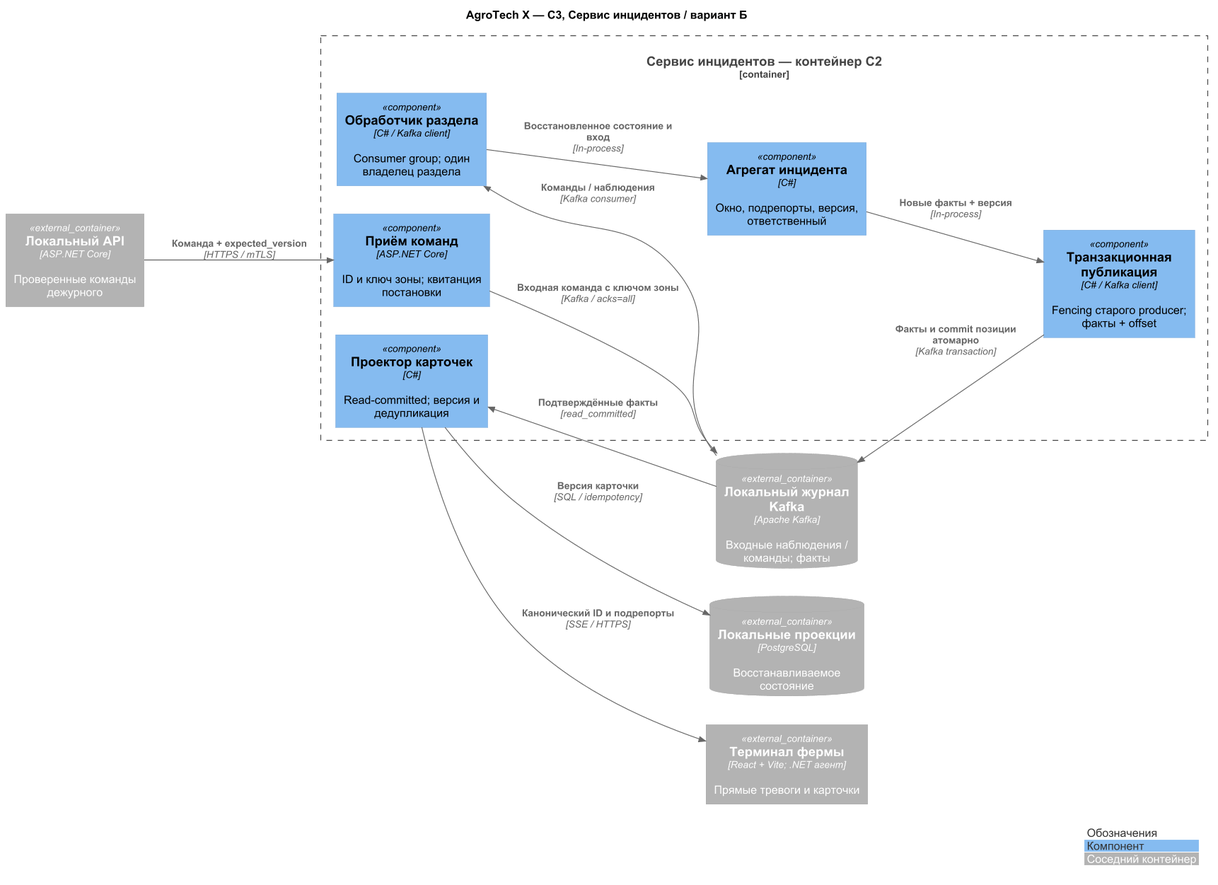
This is Task3/diagrams/c3-incidents-b.png from rozhkovsvyat/MSA-AgroTech, a PlantUML export, as it was before one commit.
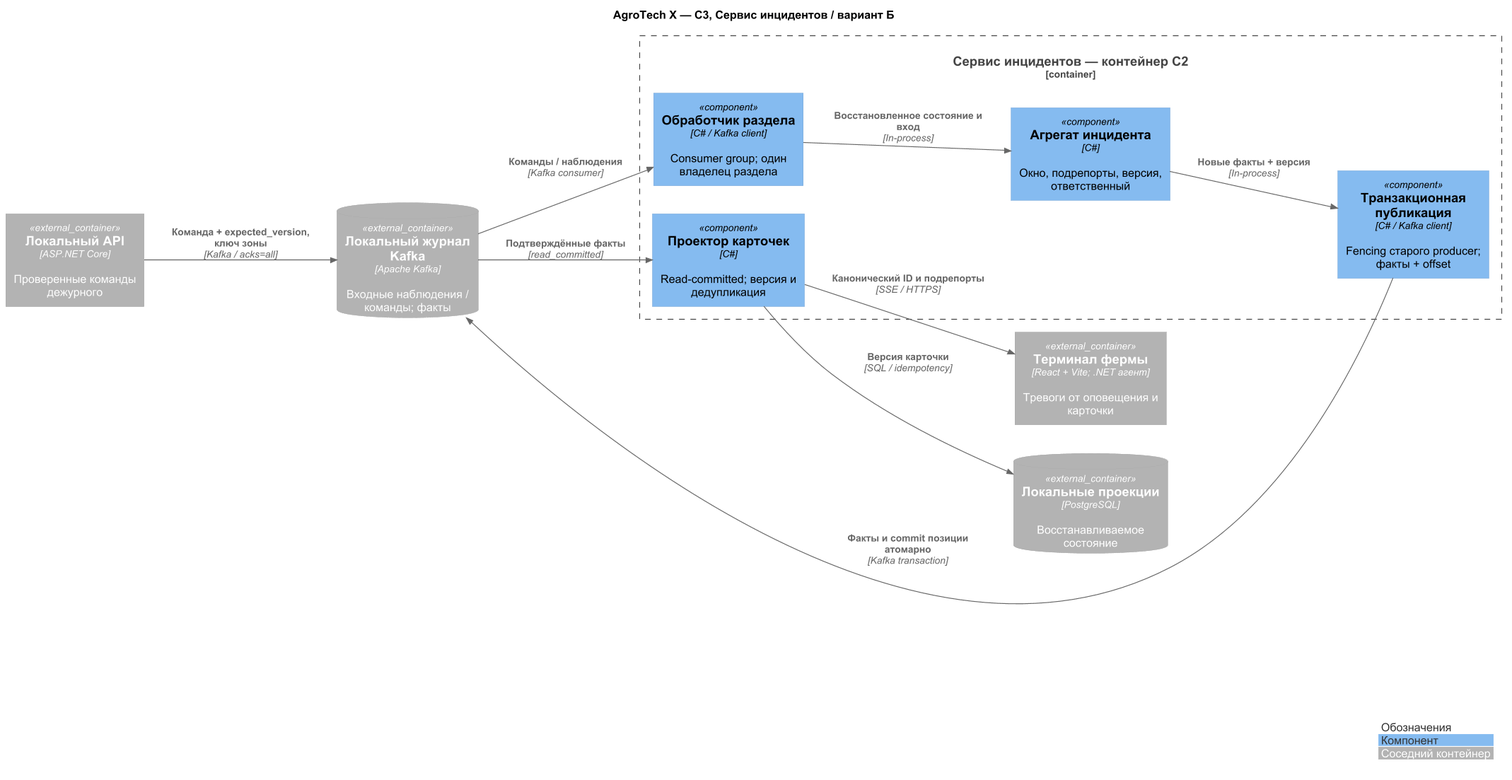
After the commit.

The edit, as a diff of the source:
```diff
@@ -9,18 +9,16 @@
 show stereotype
 title AgroTech X — C3, Сервис инцидентов / вариант Б
 Container_Ext(api, "Локальный API", "ASP.NET Core", "Проверенные команды дежурного")
-Container_Ext(ui, "Терминал фермы", "React + Vite; .NET агент", "Прямые тревоги и карточки")
+Container_Ext(ui, "Терминал фермы", "React + Vite; .NET агент", "Тревоги от оповещения и карточки")
 ContainerDb_Ext(bus, "Локальный журнал Kafka", "Apache Kafka", "Входные наблюдения / команды; факты")
 ContainerDb_Ext(proj, "Локальные проекции", "PostgreSQL", "Восстанавливаемое состояние")
 Container_Boundary(svc, "Сервис инцидентов — контейнер C2") {
- Component(ingress, "Приём команд", "ASP.NET Core", "ID и ключ зоны; квитанция постановки")
  Component(worker, "Обработчик раздела", "C# / Kafka client", "Consumer group; один владелец раздела")
  Component(domain, "Агрегат инцидента", "C#", "Окно, подрепорты, версия, ответственный")
  Component(tx, "Транзакционная публикация", "C# / Kafka client", "Fencing старого producer; факты + offset")
  Component(project, "Проектор карточек", "C#", "Read-committed; версия и дедупликация")
 }
-Rel(api, ingress, "Команда + expected_version", "HTTPS / mTLS")
-Rel(ingress, bus, "Входная команда с ключом зоны", "Kafka / acks=all")
+Rel(api, bus, "Команда + expected_version, ключ зоны", "Kafka / acks=all")
 Rel(bus, worker, "Команды / наблюдения", "Kafka consumer")
 Rel(worker, domain, "Восстановленное состояние и вход", "In-process")
 Rel(domain, tx, "Новые факты + версия", "In-process")
```
